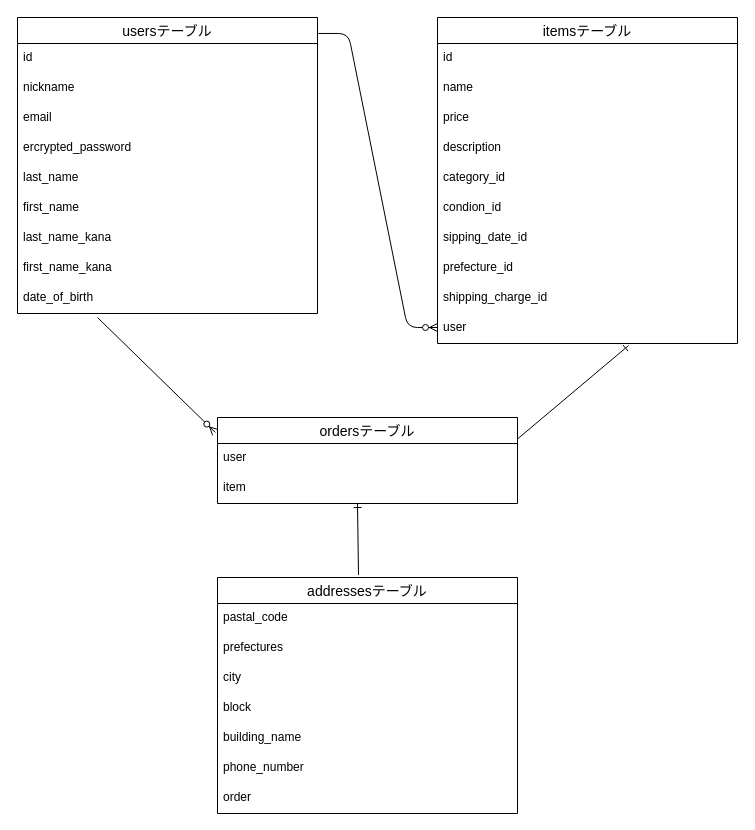
kinomomo/furima-39493 keeps this draw.io diagram as furima.dio. Above is the earlier version. Source tidied: cells renumbered, new cells numbered last; positions are measured from the earlier drawing's top-left corner, leaving out a move shared by most shapes. Both pictures are drawn from the tidied source at 100%, with x=0, y=0 at pixel (17, 17).
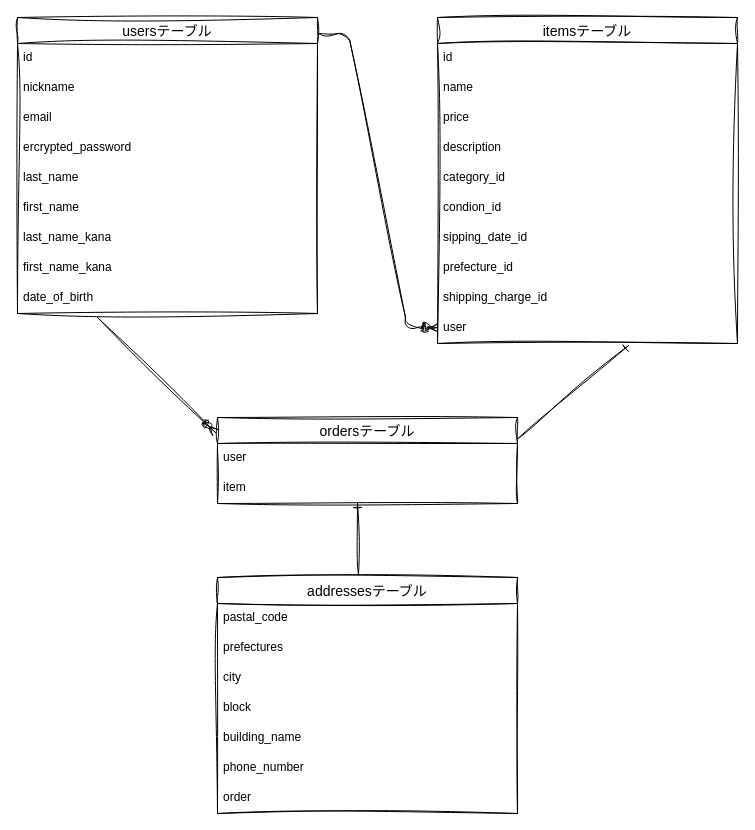
The same page after the edit.

What changed in the source:
```diff
@@
-    <mxCell id="2" value="usersテーブル" style="swimlane;fontStyle=0;horizontal=1;startSize=26;align=center;fontSize=14;" parent="1" vertex="1">
+    <mxCell id="2" value="usersテーブル" style="swimlane;fontStyle=0;horizontal=1;startSize=26;align=center;fontSize=14;sketch=1;curveFitting=1;jiggle=2;" parent="1" vertex="1">
       <mxGeometry width="300" height="296" as="geometry" />
     </mxCell>
-    <mxCell id="3" value="id" style="text;strokeColor=none;fillColor=none;spacingLeft=4;spacingRight=4;overflow=hidden;fontSize=12;" parent="2" vertex="1">
+    <mxCell id="3" value="id" style="text;strokeColor=none;fillColor=none;spacingLeft=4;spacingRight=4;overflow=hidden;fontSize=12;sketch=1;curveFitting=1;jiggle=2;" parent="2" vertex="1">
       <mxGeometry y="26" width="300" height="30" as="geometry" />
     </mxCell>
-    <mxCell id="4" value="nickname" style="text;strokeColor=none;fillColor=none;spacingLeft=4;spacingRight=4;overflow=hidden;fontSize=12;" parent="2" vertex="1">
+    <mxCell id="4" value="nickname" style="text;strokeColor=none;fillColor=none;spacingLeft=4;spacingRight=4;overflow=hidden;fontSize=12;sketch=1;curveFitting=1;jiggle=2;" parent="2" vertex="1">
       <mxGeometry y="56" width="300" height="30" as="geometry" />
     </mxCell>
-    <mxCell id="5" value="email" style="text;strokeColor=none;fillColor=none;spacingLeft=4;spacingRight=4;overflow=hidden;fontSize=12;" parent="2" vertex="1">
+    <mxCell id="5" value="email" style="text;strokeColor=none;fillColor=none;spacingLeft=4;spacingRight=4;overflow=hidden;fontSize=12;sketch=1;curveFitting=1;jiggle=2;" parent="2" vertex="1">
       <mxGeometry y="86" width="300" height="30" as="geometry" />
     </mxCell>
-    <mxCell id="6" value="ercrypted_password" style="text;strokeColor=none;fillColor=none;spacingLeft=4;spacingRight=4;overflow=hidden;fontSize=12;" parent="2" vertex="1">
+    <mxCell id="6" value="ercrypted_password" style="text;strokeColor=none;fillColor=none;spacingLeft=4;spacingRight=4;overflow=hidden;fontSize=12;sketch=1;curveFitting=1;jiggle=2;" parent="2" vertex="1">
       <mxGeometry y="116" width="300" height="30" as="geometry" />
     </mxCell>
-    <mxCell id="7" value="last_name" style="text;strokeColor=none;fillColor=none;spacingLeft=4;spacingRight=4;overflow=hidden;fontSize=12;" parent="2" vertex="1">
+    <mxCell id="7" value="last_name" style="text;strokeColor=none;fillColor=none;spacingLeft=4;spacingRight=4;overflow=hidden;fontSize=12;sketch=1;curveFitting=1;jiggle=2;" parent="2" vertex="1">
       <mxGeometry y="146" width="300" height="30" as="geometry" />
     </mxCell>
-    <mxCell id="8" value="first_name" style="text;strokeColor=none;fillColor=none;spacingLeft=4;spacingRight=4;overflow=hidden;fontSize=12;" parent="2" vertex="1">
+    <mxCell id="8" value="first_name" style="text;strokeColor=none;fillColor=none;spacingLeft=4;spacingRight=4;overflow=hidden;fontSize=12;sketch=1;curveFitting=1;jiggle=2;" parent="2" vertex="1">
       <mxGeometry y="176" width="300" height="30" as="geometry" />
     </mxCell>
-    <mxCell id="9" value="last_name_kana" style="text;strokeColor=none;fillColor=none;spacingLeft=4;spacingRight=4;overflow=hidden;fontSize=12;" parent="2" vertex="1">
+    <mxCell id="9" value="last_name_kana" style="text;strokeColor=none;fillColor=none;spacingLeft=4;spacingRight=4;overflow=hidden;fontSize=12;sketch=1;curveFitting=1;jiggle=2;" parent="2" vertex="1">
       <mxGeometry y="206" width="300" height="30" as="geometry" />
     </mxCell>
-    <mxCell id="10" value="first_name_kana" style="text;strokeColor=none;fillColor=none;spacingLeft=4;spacingRight=4;overflow=hidden;fontSize=12;" parent="2" vertex="1">
+    <mxCell id="10" value="first_name_kana" style="text;strokeColor=none;fillColor=none;spacingLeft=4;spacingRight=4;overflow=hidden;fontSize=12;sketch=1;curveFitting=1;jiggle=2;" parent="2" vertex="1">
       <mxGeometry y="236" width="300" height="30" as="geometry" />
     </mxCell>
-    <mxCell id="11" value="date_of_birth" style="text;strokeColor=none;fillColor=none;spacingLeft=4;spacingRight=4;overflow=hidden;fontSize=12;" parent="2" vertex="1">
+    <mxCell id="11" value="date_of_birth" style="text;strokeColor=none;fillColor=none;spacingLeft=4;spacingRight=4;overflow=hidden;fontSize=12;sketch=1;curveFitting=1;jiggle=2;" parent="2" vertex="1">
       <mxGeometry y="266" width="300" height="30" as="geometry" />
     </mxCell>
-    <mxCell id="12" value="addressesテーブル" style="swimlane;fontStyle=0;horizontal=1;startSize=26;align=center;fontSize=14;" parent="1" vertex="1">
+    <mxCell id="12" value="addressesテーブル" style="swimlane;fontStyle=0;horizontal=1;startSize=26;align=center;fontSize=14;sketch=1;curveFitting=1;jiggle=2;" parent="1" vertex="1">
       <mxGeometry x="200" y="560" width="300" height="236" as="geometry" />
     </mxCell>
-    <mxCell id="13" value="pastal_code" style="text;strokeColor=none;fillColor=none;spacingLeft=4;spacingRight=4;overflow=hidden;fontSize=12;" parent="12" vertex="1">
+    <mxCell id="13" value="pastal_code" style="text;strokeColor=none;fillColor=none;spacingLeft=4;spacingRight=4;overflow=hidden;fontSize=12;sketch=1;curveFitting=1;jiggle=2;" parent="12" vertex="1">
       <mxGeometry y="26" width="300" height="30" as="geometry" />
     </mxCell>
-    <mxCell id="14" value="prefectures" style="text;strokeColor=none;fillColor=none;spacingLeft=4;spacingRight=4;overflow=hidden;fontSize=12;" parent="12" vertex="1">
+    <mxCell id="14" value="prefectures" style="text;strokeColor=none;fillColor=none;spacingLeft=4;spacingRight=4;overflow=hidden;fontSize=12;sketch=1;curveFitting=1;jiggle=2;" parent="12" vertex="1">
       <mxGeometry y="56" width="300" height="30" as="geometry" />
     </mxCell>
-    <mxCell id="15" value="city" style="text;strokeColor=none;fillColor=none;spacingLeft=4;spacingRight=4;overflow=hidden;fontSize=12;" parent="12" vertex="1">
+    <mxCell id="15" value="city" style="text;strokeColor=none;fillColor=none;spacingLeft=4;spacingRight=4;overflow=hidden;fontSize=12;sketch=1;curveFitting=1;jiggle=2;" parent="12" vertex="1">
       <mxGeometry y="86" width="300" height="30" as="geometry" />
     </mxCell>
-    <mxCell id="16" value="block" style="text;strokeColor=none;fillColor=none;spacingLeft=4;spacingRight=4;overflow=hidden;fontSize=12;" parent="12" vertex="1">
+    <mxCell id="16" value="block" style="text;strokeColor=none;fillColor=none;spacingLeft=4;spacingRight=4;overflow=hidden;fontSize=12;sketch=1;curveFitting=1;jiggle=2;" parent="12" vertex="1">
       <mxGeometry y="116" width="300" height="30" as="geometry" />
     </mxCell>
-    <mxCell id="17" value="building_name" style="text;strokeColor=none;fillColor=none;spacingLeft=4;spacingRight=4;overflow=hidden;fontSize=12;" parent="12" vertex="1">
+    <mxCell id="17" value="building_name" style="text;strokeColor=none;fillColor=none;spacingLeft=4;spacingRight=4;overflow=hidden;fontSize=12;sketch=1;curveFitting=1;jiggle=2;" parent="12" vertex="1">
       <mxGeometry y="146" width="300" height="30" as="geometry" />
     </mxCell>
-    <mxCell id="18" value="phone_number" style="text;strokeColor=none;fillColor=none;spacingLeft=4;spacingRight=4;overflow=hidden;fontSize=12;" parent="12" vertex="1">
+    <mxCell id="18" value="phone_number" style="text;strokeColor=none;fillColor=none;spacingLeft=4;spacingRight=4;overflow=hidden;fontSize=12;sketch=1;curveFitting=1;jiggle=2;" parent="12" vertex="1">
       <mxGeometry y="176" width="300" height="30" as="geometry" />
     </mxCell>
-    <mxCell id="19" value="order" style="text;strokeColor=none;fillColor=none;spacingLeft=4;spacingRight=4;overflow=hidden;fontSize=12;" parent="12" vertex="1">
+    <mxCell id="19" value="order" style="text;strokeColor=none;fillColor=none;spacingLeft=4;spacingRight=4;overflow=hidden;fontSize=12;sketch=1;curveFitting=1;jiggle=2;" parent="12" vertex="1">
       <mxGeometry y="206" width="300" height="30" as="geometry" />
     </mxCell>
-    <mxCell id="20" value="itemsテーブル" style="swimlane;fontStyle=0;horizontal=1;startSize=26;align=center;fontSize=14;" parent="1" vertex="1">
+    <mxCell id="20" value="itemsテーブル" style="swimlane;fontStyle=0;horizontal=1;startSize=26;align=center;fontSize=14;sketch=1;curveFitting=1;jiggle=2;" parent="1" vertex="1">
       <mxGeometry x="420" width="300" height="326" as="geometry" />
     </mxCell>
-    <mxCell id="21" value="id" style="text;strokeColor=none;fillColor=none;spacingLeft=4;spacingRight=4;overflow=hidden;fontSize=12;" parent="20" vertex="1">
+    <mxCell id="21" value="id" style="text;strokeColor=none;fillColor=none;spacingLeft=4;spacingRight=4;overflow=hidden;fontSize=12;sketch=1;curveFitting=1;jiggle=2;" parent="20" vertex="1">
       <mxGeometry y="26" width="300" height="30" as="geometry" />
     </mxCell>
-    <mxCell id="22" value="name" style="text;strokeColor=none;fillColor=none;spacingLeft=4;spacingRight=4;overflow=hidden;fontSize=12;" parent="20" vertex="1">
+    <mxCell id="22" value="name" style="text;strokeColor=none;fillColor=none;spacingLeft=4;spacingRight=4;overflow=hidden;fontSize=12;sketch=1;curveFitting=1;jiggle=2;" parent="20" vertex="1">
       <mxGeometry y="56" width="300" height="30" as="geometry" />
     </mxCell>
-    <mxCell id="23" value="price" style="text;strokeColor=none;fillColor=none;spacingLeft=4;spacingRight=4;overflow=hidden;fontSize=12;" parent="20" vertex="1">
+    <mxCell id="23" value="price" style="text;strokeColor=none;fillColor=none;spacingLeft=4;spacingRight=4;overflow=hidden;fontSize=12;sketch=1;curveFitting=1;jiggle=2;" parent="20" vertex="1">
       <mxGeometry y="86" width="300" height="30" as="geometry" />
     </mxCell>
-    <mxCell id="24" value="description" style="text;strokeColor=none;fillColor=none;spacingLeft=4;spacingRight=4;overflow=hidden;fontSize=12;" parent="20" vertex="1">
+    <mxCell id="24" value="description" style="text;strokeColor=none;fillColor=none;spacingLeft=4;spacingRight=4;overflow=hidden;fontSize=12;sketch=1;curveFitting=1;jiggle=2;" parent="20" vertex="1">
       <mxGeometry y="116" width="300" height="30" as="geometry" />
     </mxCell>
-    <mxCell id="25" value="category_id" style="text;strokeColor=none;fillColor=none;spacingLeft=4;spacingRight=4;overflow=hidden;fontSize=12;" parent="20" vertex="1">
+    <mxCell id="25" value="category_id" style="text;strokeColor=none;fillColor=none;spacingLeft=4;spacingRight=4;overflow=hidden;fontSize=12;sketch=1;curveFitting=1;jiggle=2;" parent="20" vertex="1">
       <mxGeometry y="146" width="300" height="30" as="geometry" />
     </mxCell>
-    <mxCell id="26" value="condion_id" style="text;strokeColor=none;fillColor=none;spacingLeft=4;spacingRight=4;overflow=hidden;fontSize=12;" parent="20" vertex="1">
+    <mxCell id="26" value="condion_id" style="text;strokeColor=none;fillColor=none;spacingLeft=4;spacingRight=4;overflow=hidden;fontSize=12;sketch=1;curveFitting=1;jiggle=2;" parent="20" vertex="1">
       <mxGeometry y="176" width="300" height="30" as="geometry" />
     </mxCell>
-    <mxCell id="27" value="sipping_date_id" style="text;strokeColor=none;fillColor=none;spacingLeft=4;spacingRight=4;overflow=hidden;fontSize=12;" parent="20" vertex="1">
+    <mxCell id="27" value="sipping_date_id" style="text;strokeColor=none;fillColor=none;spacingLeft=4;spacingRight=4;overflow=hidden;fontSize=12;sketch=1;curveFitting=1;jiggle=2;" parent="20" vertex="1">
       <mxGeometry y="206" width="300" height="30" as="geometry" />
     </mxCell>
-    <mxCell id="28" value="prefecture_id" style="text;strokeColor=none;fillColor=none;spacingLeft=4;spacingRight=4;overflow=hidden;fontSize=12;" parent="20" vertex="1">
+    <mxCell id="28" value="prefecture_id" style="text;strokeColor=none;fillColor=none;spacingLeft=4;spacingRight=4;overflow=hidden;fontSize=12;sketch=1;curveFitting=1;jiggle=2;" parent="20" vertex="1">
       <mxGeometry y="236" width="300" height="30" as="geometry" />
     </mxCell>
-    <mxCell id="29" value="shipping_charge_id" style="text;strokeColor=none;fillColor=none;spacingLeft=4;spacingRight=4;overflow=hidden;fontSize=12;" parent="20" vertex="1">
+    <mxCell id="29" value="shipping_charge_id" style="text;strokeColor=none;fillColor=none;spacingLeft=4;spacingRight=4;overflow=hidden;fontSize=12;sketch=1;curveFitting=1;jiggle=2;" parent="20" vertex="1">
       <mxGeometry y="266" width="300" height="30" as="geometry" />
     </mxCell>
-    <mxCell id="30" value="user" style="text;strokeColor=none;fillColor=none;spacingLeft=4;spacingRight=4;overflow=hidden;points=[[0,0.5],[1,0.5]];portConstraint=eastwest;fontSize=12;" parent="20" vertex="1">
+    <mxCell id="30" value="user" style="text;strokeColor=none;fillColor=none;spacingLeft=4;spacingRight=4;overflow=hidden;points=[[0,0.5],[1,0.5]];portConstraint=eastwest;fontSize=12;sketch=1;curveFitting=1;jiggle=2;" parent="20" vertex="1">
       <mxGeometry y="296" width="300" height="30" as="geometry" />
     </mxCell>
-    <mxCell id="31" style="edgeStyle=entityRelationEdgeStyle;fontSize=12;html=1;endArrow=ERzeroToMany;endFill=1;exitX=1.003;exitY=0.054;exitDx=0;exitDy=0;exitPerimeter=0;" parent="1" edge="1" source="2">
+    <mxCell id="31" style="edgeStyle=entityRelationEdgeStyle;fontSize=12;html=1;endArrow=ERzeroToMany;endFill=1;exitX=1.003;exitY=0.054;exitDx=0;exitDy=0;exitPerimeter=0;sketch=1;curveFitting=1;jiggle=2;" parent="1" edge="1" source="2">
       <mxGeometry relative="1" as="geometry">
         <mxPoint x="420" y="310" as="targetPoint" />
       </mxGeometry>
     </mxCell>
-    <mxCell id="32" value="ordersテーブル" style="swimlane;fontStyle=0;horizontal=1;startSize=26;align=center;fontSize=14;" parent="1" vertex="1">
+    <mxCell id="32" value="ordersテーブル" style="swimlane;fontStyle=0;horizontal=1;startSize=26;align=center;fontSize=14;sketch=1;curveFitting=1;jiggle=2;" parent="1" vertex="1">
       <mxGeometry x="200" y="400" width="300" height="86" as="geometry" />
     </mxCell>
-    <mxCell id="33" value="user" style="text;strokeColor=none;fillColor=none;spacingLeft=4;spacingRight=4;overflow=hidden;fontSize=12;" parent="32" vertex="1">
+    <mxCell id="33" value="user" style="text;strokeColor=none;fillColor=none;spacingLeft=4;spacingRight=4;overflow=hidden;fontSize=12;sketch=1;curveFitting=1;jiggle=2;" parent="32" vertex="1">
       <mxGeometry y="26" width="300" height="30" as="geometry" />
     </mxCell>
-    <mxCell id="34" value="item" style="text;strokeColor=none;fillColor=none;spacingLeft=4;spacingRight=4;overflow=hidden;fontSize=12;" parent="32" vertex="1">
+    <mxCell id="34" value="item" style="text;strokeColor=none;fillColor=none;spacingLeft=4;spacingRight=4;overflow=hidden;fontSize=12;sketch=1;curveFitting=1;jiggle=2;" parent="32" vertex="1">
       <mxGeometry y="56" width="300" height="30" as="geometry" />
     </mxCell>
-    <mxCell id="35" style="fontSize=12;html=1;endArrow=ERone;endFill=1;exitX=1;exitY=0.25;exitDx=0;exitDy=0;entryX=0.637;entryY=1.067;entryDx=0;entryDy=0;entryPerimeter=0;" parent="1" edge="1" source="32" target="30">
+    <mxCell id="35" style="fontSize=12;html=1;endArrow=ERone;endFill=1;exitX=1;exitY=0.25;exitDx=0;exitDy=0;entryX=0.637;entryY=1.067;entryDx=0;entryDy=0;entryPerimeter=0;sketch=1;curveFitting=1;jiggle=2;" parent="1" edge="1" source="32" target="30">
       <mxGeometry relative="1" as="geometry" />
     </mxCell>
-    <mxCell id="36" style="fontSize=12;html=1;endArrow=ERone;endFill=1;exitX=0.47;exitY=-0.011;exitDx=0;exitDy=0;exitPerimeter=0;" parent="1" edge="1" source="12">
+    <mxCell id="36" style="fontSize=12;html=1;endArrow=ERone;endFill=1;exitX=0.47;exitY=-0.011;exitDx=0;exitDy=0;exitPerimeter=0;sketch=1;curveFitting=1;jiggle=2;" parent="1" edge="1" source="12">
       <mxGeometry relative="1" as="geometry">
         <mxPoint x="340" y="486" as="targetPoint" />
       </mxGeometry>
     </mxCell>
-    <mxCell id="37" style="fontSize=12;html=1;endArrow=ERzeroToMany;endFill=1;entryX=-0.007;entryY=0.174;entryDx=0;entryDy=0;entryPerimeter=0;" parent="1" edge="1" target="32">
+    <mxCell id="37" style="fontSize=12;html=1;endArrow=ERzeroToMany;endFill=1;entryX=-0.007;entryY=0.174;entryDx=0;entryDy=0;entryPerimeter=0;sketch=1;curveFitting=1;jiggle=2;" parent="1" edge="1" target="32">
       <mxGeometry relative="1" as="geometry">
         <mxPoint x="80" y="300" as="sourcePoint" />
       </mxGeometry>
     </mxCell>
```
